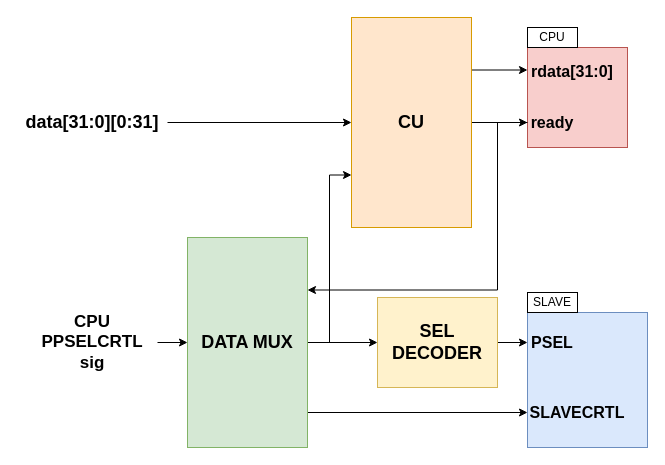
This is APB MASTER.drawio from cong2738/my_RISC-V, a draw.io file, before an edit. Source tidied: cells renumbered, new cells numbered last; positions are measured from the earlier drawing's top-left corner, leaving out a move shared by most shapes. Both pictures are drawn from the tidied source at 100%, with x=0, y=0 at pixel (17, 17).
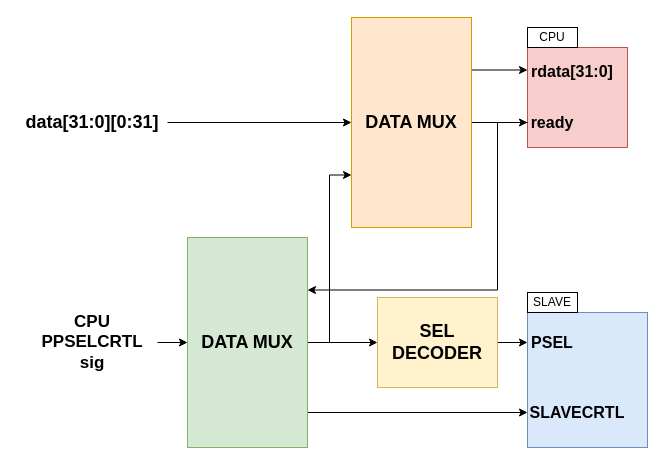
After the change.

The edit, as a diff of the source:
```diff
@@
-    <mxCell id="6" value="CU" style="rounded=0;whiteSpace=wrap;html=1;fillColor=#ffe6cc;strokeColor=#d79b00;fontStyle=1;fontSize=18;" parent="1" vertex="1">
+    <mxCell id="6" value="DATA MUX" style="rounded=0;whiteSpace=wrap;html=1;fillColor=#ffe6cc;strokeColor=#d79b00;fontStyle=1;fontSize=18;" parent="1" vertex="1">
       <mxGeometry x="334" width="120" height="210" as="geometry" />
     </mxCell>
```
